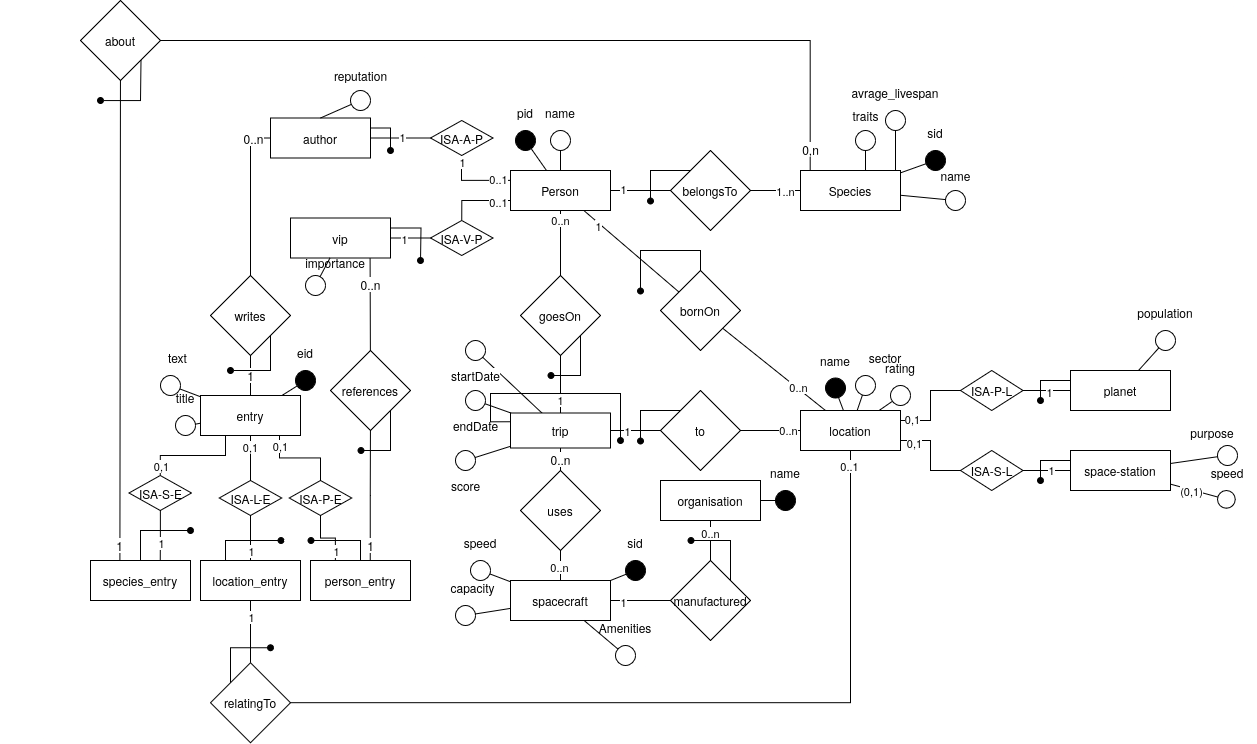
MassimiIiano/hhgttg-db keeps this draw.io diagram as hhgttg-recunstructed.drawio.png. Above is the earlier version. Source tidied: cells renumbered, new cells last; positions are measured from the earlier drawing's top-left corner, leaving out a move shared by most shapes.
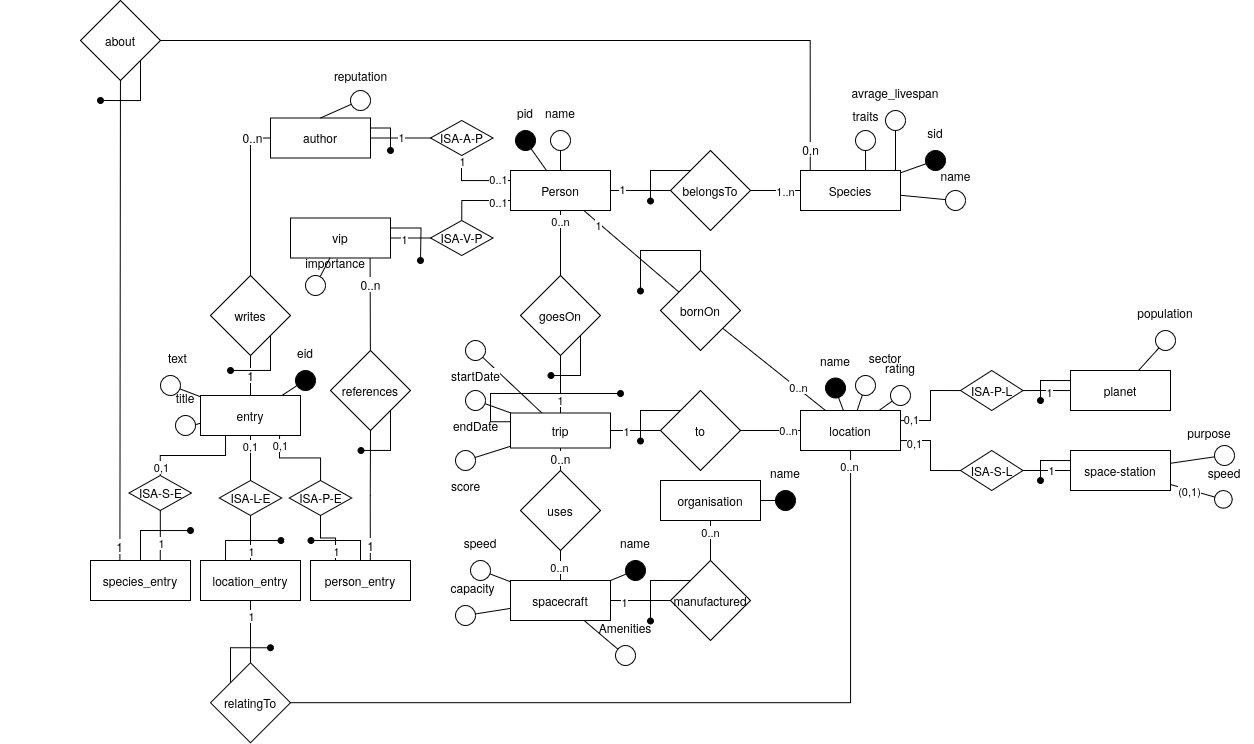
The same diagram one commit later.

The edit, as a diff of the source:
```diff
@@ -208,7 +208,7 @@
     </mxCell>
     <mxCell id="63" style="edgeStyle=orthogonalEdgeStyle;shape=connector;rounded=0;jettySize=auto;html=1;exitX=1;exitY=0;exitDx=0;exitDy=0;strokeColor=default;align=center;verticalAlign=middle;fontFamily=Helvetica;fontSize=11;fontColor=default;labelBackgroundColor=default;endArrow=oval;endFill=1;endSize=6;fillColor=#000000;" parent="1" edge="1" source="64">
       <mxGeometry relative="1" as="geometry">
-        <mxPoint x="690" y="540" as="targetPoint" />
+        <mxPoint x="650" y="620" as="targetPoint" />
       </mxGeometry>
     </mxCell>
     <mxCell id="64" value="manufactured" style="rhombus;whiteSpace=wrap;html=1;rounded=0;" parent="1" vertex="1">
@@ -367,7 +367,7 @@
     <mxCell id="109" style="edgeStyle=orthogonalEdgeStyle;rounded=0;jettySize=auto;html=1;strokeColor=default;align=center;verticalAlign=middle;fontFamily=Helvetica;fontSize=12;fontColor=default;labelBackgroundColor=default;endArrow=none;endFill=0;" parent="1" edge="1" source="112" target="23">
       <mxGeometry relative="1" as="geometry" />
     </mxCell>
-    <mxCell id="110" value="0..1" style="edgeLabel;html=1;align=center;verticalAlign=middle;" parent="109" vertex="1">
+    <mxCell id="110" value="0..n" style="edgeLabel;html=1;align=center;verticalAlign=middle;" parent="109" vertex="1">
       <mxGeometry x="0.96" y="2" relative="1" as="geometry" />
     </mxCell>
     <mxCell id="111" style="edgeStyle=orthogonalEdgeStyle;shape=connector;rounded=0;jettySize=auto;html=1;exitX=0;exitY=0;exitDx=0;exitDy=0;strokeColor=default;align=center;verticalAlign=middle;fontFamily=Helvetica;fontSize=11;fontColor=default;labelBackgroundColor=default;endArrow=oval;endFill=1;endSize=6;fillColor=#000000;" parent="1" edge="1" source="112">
@@ -384,12 +384,10 @@
     <mxCell id="113" value="0,n" style="edgeStyle=orthogonalEdgeStyle;rounded=0;jettySize=auto;html=1;strokeColor=default;align=center;verticalAlign=middle;fontFamily=Helvetica;fontSize=12;fontColor=default;labelBackgroundColor=default;endArrow=none;endFill=0;entryX=0.097;entryY=-0.001;entryDx=0;entryDy=0;entryPerimeter=0;" parent="1" edge="1" source="115" target="14">
       <mxGeometry x="0.95" relative="1" as="geometry" />
     </mxCell>
-    <mxCell id="114" style="edgeStyle=orthogonalEdgeStyle;shape=connector;rounded=0;jettySize=auto;html=1;exitX=0.756;exitY=0.724;exitDx=0;exitDy=0;strokeColor=default;align=center;verticalAlign=middle;fontFamily=Helvetica;fontSize=11;fontColor=default;labelBackgroundColor=default;endArrow=oval;endFill=1;endSize=6;fillColor=#000000;exitPerimeter=0;" parent="1" edge="1" source="115">
+    <mxCell id="114" style="edgeStyle=orthogonalEdgeStyle;shape=connector;rounded=0;jettySize=auto;html=1;strokeColor=default;align=center;verticalAlign=middle;fontFamily=Helvetica;fontSize=11;fontColor=default;labelBackgroundColor=default;endArrow=oval;endFill=1;endSize=6;fillColor=#000000;exitX=1;exitY=0;exitDx=0;exitDy=0;" parent="1" edge="1" source="115">
       <mxGeometry relative="1" as="geometry">
         <mxPoint x="100" y="100" as="targetPoint" />
         <Array as="points">
-          <mxPoint x="141" y="60" />
-          <mxPoint x="140" y="60" />
           <mxPoint x="140" y="100" />
         </Array>
       </mxGeometry>
@@ -397,7 +395,7 @@
     <mxCell id="115" value="about" style="rhombus;whiteSpace=wrap;html=1;rounded=0;" parent="1" vertex="1">
       <mxGeometry x="80" width="80" height="80" as="geometry" />
     </mxCell>
-    <mxCell id="116" value="sid" style="group;" parent="1" vertex="1">
+    <mxCell id="116" value="name" style="group;" parent="1" vertex="1">
       <mxGeometry x="610" y="530" width="50" height="50" as="geometry" />
     </mxCell>
     <mxCell id="117" style="ellipse;whiteSpace=wrap;html=1;rounded=0;strokeColor=default;align=center;verticalAlign=middle;fontFamily=Helvetica;fontSize=12;fontColor=default;labelBackgroundColor=default;fillColor=#000000;" parent="116" vertex="1">
@@ -435,7 +433,7 @@
       <mxGeometry x="1070" y="450" width="100" height="40" as="geometry" />
     </mxCell>
     <mxCell id="127" value="purpose" style="group;" parent="1" vertex="1">
-      <mxGeometry x="1167" y="420" width="90" height="100" as="geometry" />
+      <mxGeometry x="1164" y="420" width="90" height="100" as="geometry" />
     </mxCell>
     <mxCell id="128" style="ellipse;whiteSpace=wrap;html=1;rounded=0;strokeColor=default;align=center;verticalAlign=middle;fontFamily=Helvetica;fontSize=12;fontColor=default;labelBackgroundColor=default;fillColor=default;" parent="127" vertex="1">
       <mxGeometry x="50" y="25" width="20" height="20" as="geometry" />
@@ -496,7 +494,7 @@
     </mxCell>
     <mxCell id="147" style="edgeStyle=orthogonalEdgeStyle;shape=connector;rounded=0;jettySize=auto;html=1;exitX=0;exitY=0.25;exitDx=0;exitDy=0;strokeColor=default;align=center;verticalAlign=middle;fontFamily=Helvetica;fontSize=11;fontColor=default;labelBackgroundColor=default;endArrow=oval;endFill=1;endSize=6;fillColor=#000000;" parent="1" edge="1" source="148">
       <mxGeometry relative="1" as="geometry">
-        <mxPoint x="620" y="440" as="targetPoint" />
+        <mxPoint x="620" y="393" as="targetPoint" />
         <Array as="points">
           <mxPoint x="490" y="421" />
           <mxPoint x="490" y="393" />
```
